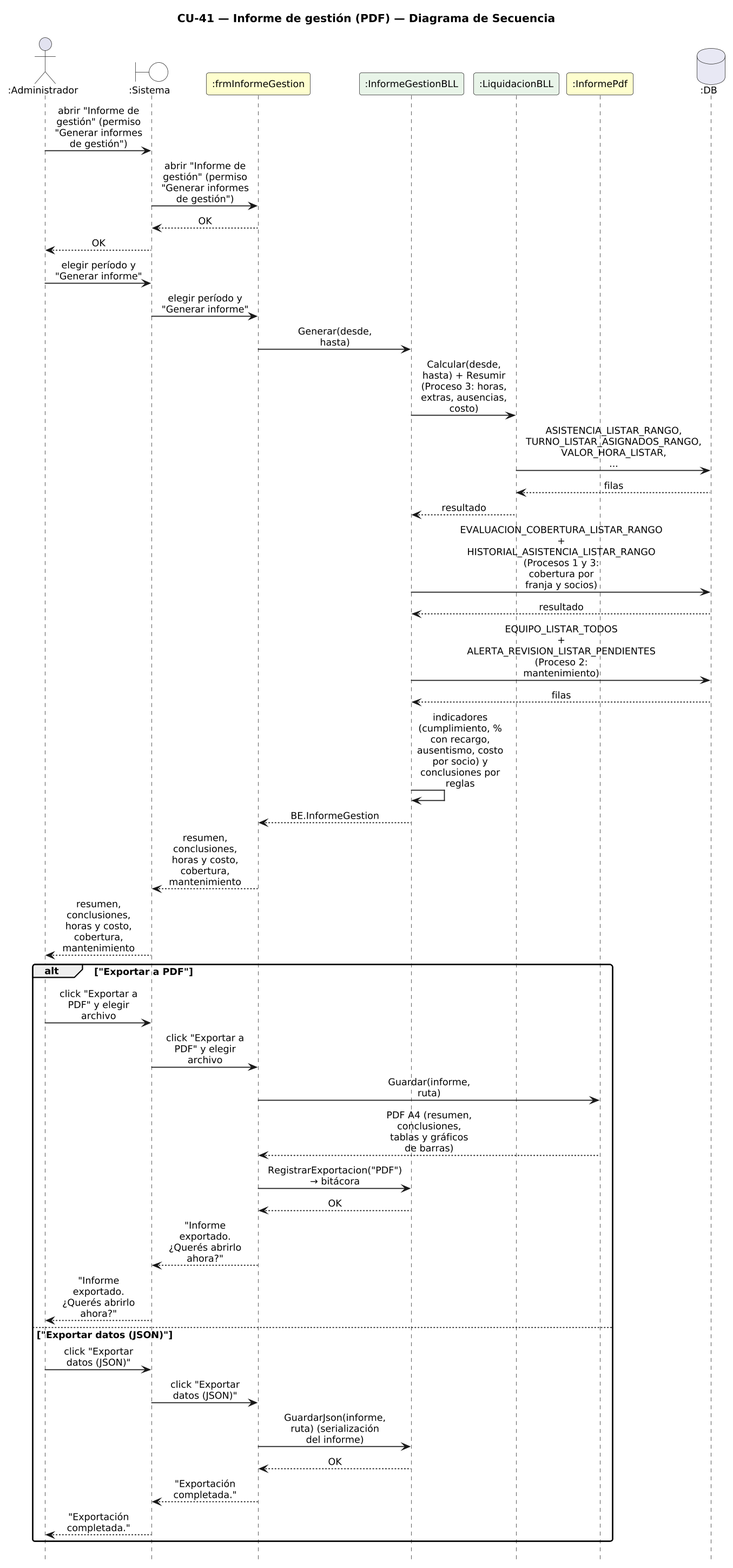
Before: DIAGRAMAS/DiagramaSecuencia_CU41_InformeGestion.png, a diagram exported from PlantUML (Urrels/ingenieria_software).
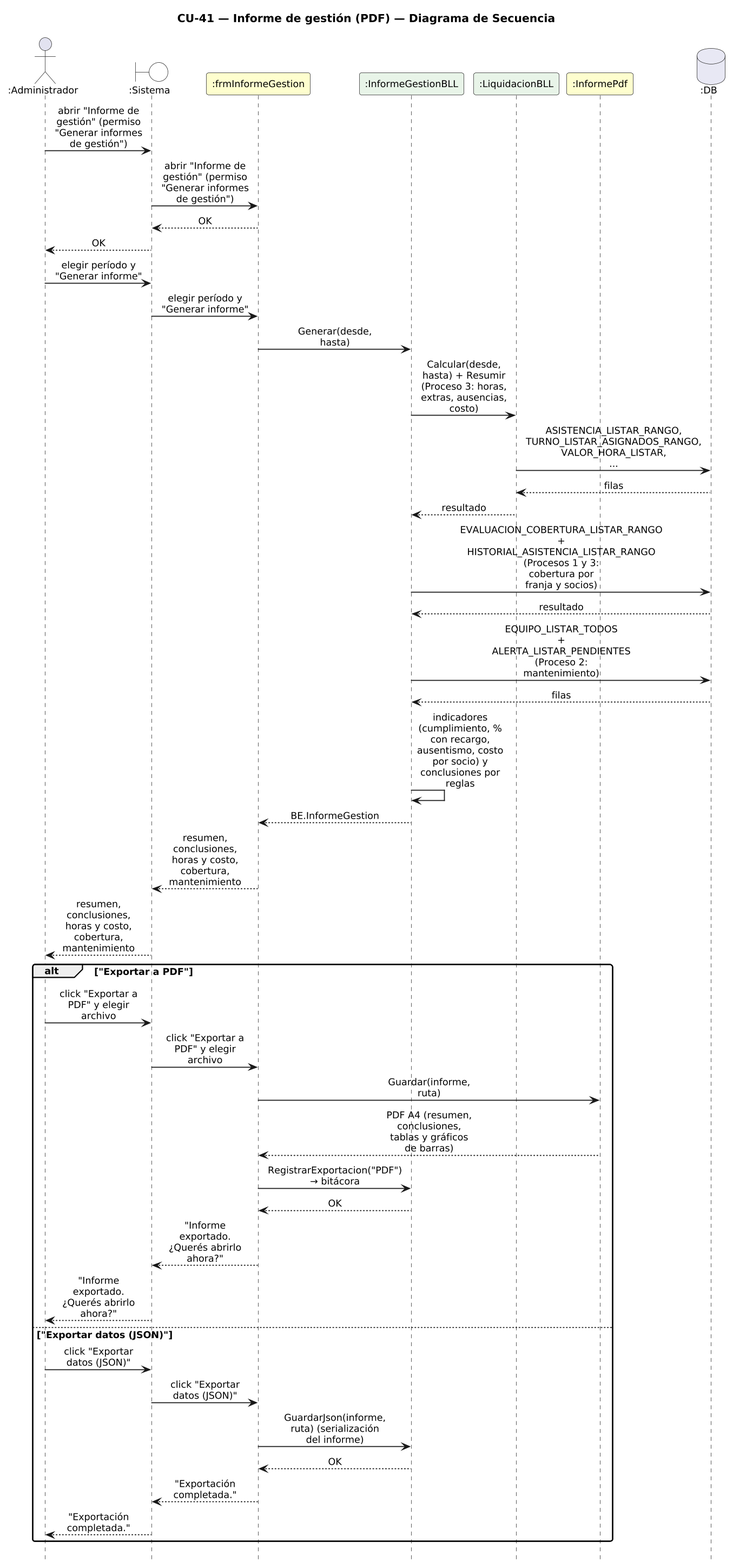
The same file after the commit.

Change to the diagram source:
```diff
@@ -32,7 +32,7 @@
 L --> I : resultado
 I -> DB : EVALUACION_COBERTURA_LISTAR_RANGO + HISTORIAL_ASISTENCIA_LISTAR_RANGO\n(Procesos 1 y 3: cobertura por franja y socios)
 DB --> I : resultado
-I -> DB : EQUIPO_LISTAR_TODOS + ALERTA_REVISION_LISTAR_PENDIENTES\n(Proceso 2: mantenimiento)
+I -> DB : EQUIPO_LISTAR_TODOS + ALERTA_LISTAR_PENDIENTES\n(Proceso 2: mantenimiento)
 DB --> I : filas
 I -> I : indicadores (cumplimiento, % con recargo,\nausentismo, costo por socio) y conclusiones por reglas
 I --> F : BE.InformeGestion
```
